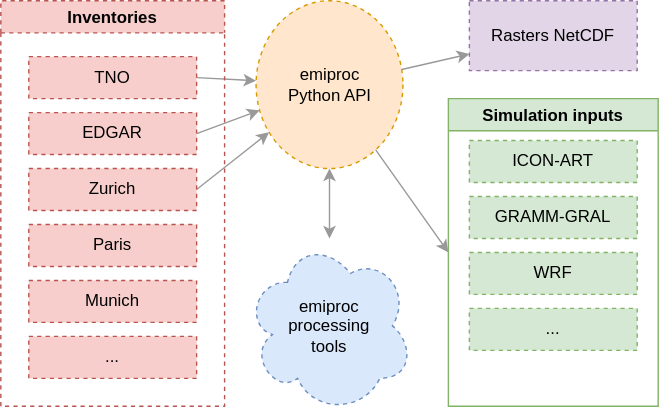
Above: joss/pipeline.drawio.svg in C2SM-RCM/emiproc (draw.io), before the change. Source tidied: cells renumbered, new cells last; positions are measured from the earlier drawing's top-left corner, leaving out a move shared by most shapes.
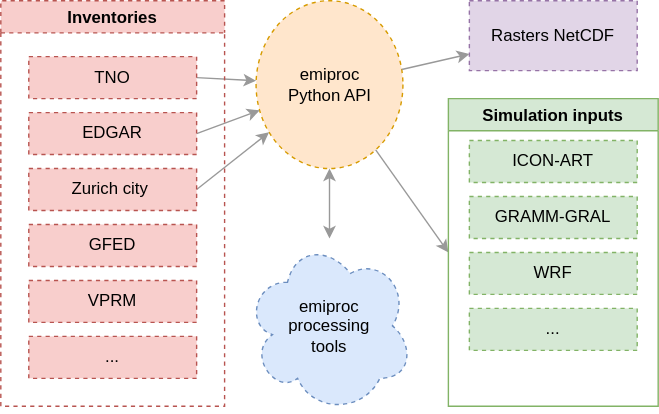
After the change.

What changed in the source:
```diff
@@ -32,13 +32,13 @@
     <mxCell id="11" value="TNO" style="rounded=0;whiteSpace=wrap;html=1;dashed=1;fillColor=#f8cecc;strokeColor=#b85450;" parent="8" vertex="1">
       <mxGeometry x="20" y="40" width="120" height="30" as="geometry" />
     </mxCell>
-    <mxCell id="12" value="Zurich" style="rounded=0;whiteSpace=wrap;html=1;dashed=1;fillColor=#f8cecc;strokeColor=#b85450;" parent="8" vertex="1">
+    <mxCell id="12" value="Zurich city&amp;nbsp;" style="rounded=0;whiteSpace=wrap;html=1;dashed=1;fillColor=#f8cecc;strokeColor=#b85450;" parent="8" vertex="1">
       <mxGeometry x="20" y="120" width="120" height="30" as="geometry" />
     </mxCell>
-    <mxCell id="13" value="Paris" style="rounded=0;whiteSpace=wrap;html=1;dashed=1;fillColor=#f8cecc;strokeColor=#b85450;" parent="8" vertex="1">
+    <mxCell id="13" value="GFED" style="rounded=0;whiteSpace=wrap;html=1;dashed=1;fillColor=#f8cecc;strokeColor=#b85450;" parent="8" vertex="1">
       <mxGeometry x="20" y="160" width="120" height="30" as="geometry" />
     </mxCell>
-    <mxCell id="14" value="Munich" style="rounded=0;whiteSpace=wrap;html=1;dashed=1;fillColor=#f8cecc;strokeColor=#b85450;" parent="8" vertex="1">
+    <mxCell id="14" value="VPRM" style="rounded=0;whiteSpace=wrap;html=1;dashed=1;fillColor=#f8cecc;strokeColor=#b85450;" parent="8" vertex="1">
       <mxGeometry x="20" y="200" width="120" height="30" as="geometry" />
     </mxCell>
     <mxCell id="15" value="Simulation inputs" style="swimlane;fillColor=#d5e8d4;strokeColor=#82b366;" parent="1" vertex="1">
```
